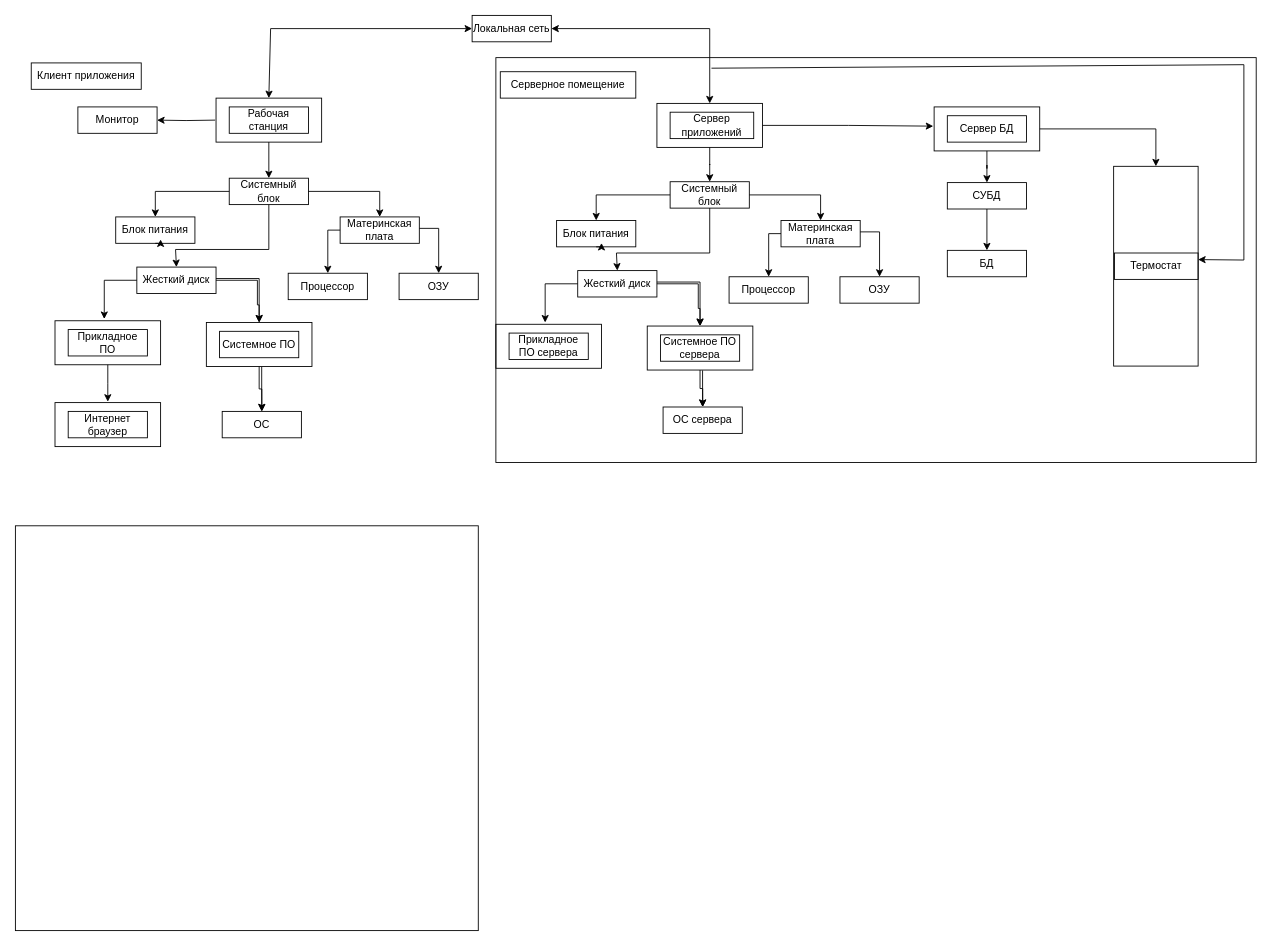
This is Проектная модель СЭ АИС.drawio from hiff0/db-city-council, a draw.io file, before an edit. Source tidied: cells renumbered, new cells numbered last; positions are measured from the earlier drawing's top-left corner, leaving out a move shared by most shapes. Both pictures are drawn from the tidied source at 88%, with x=0, y=0 at pixel (15, 15).
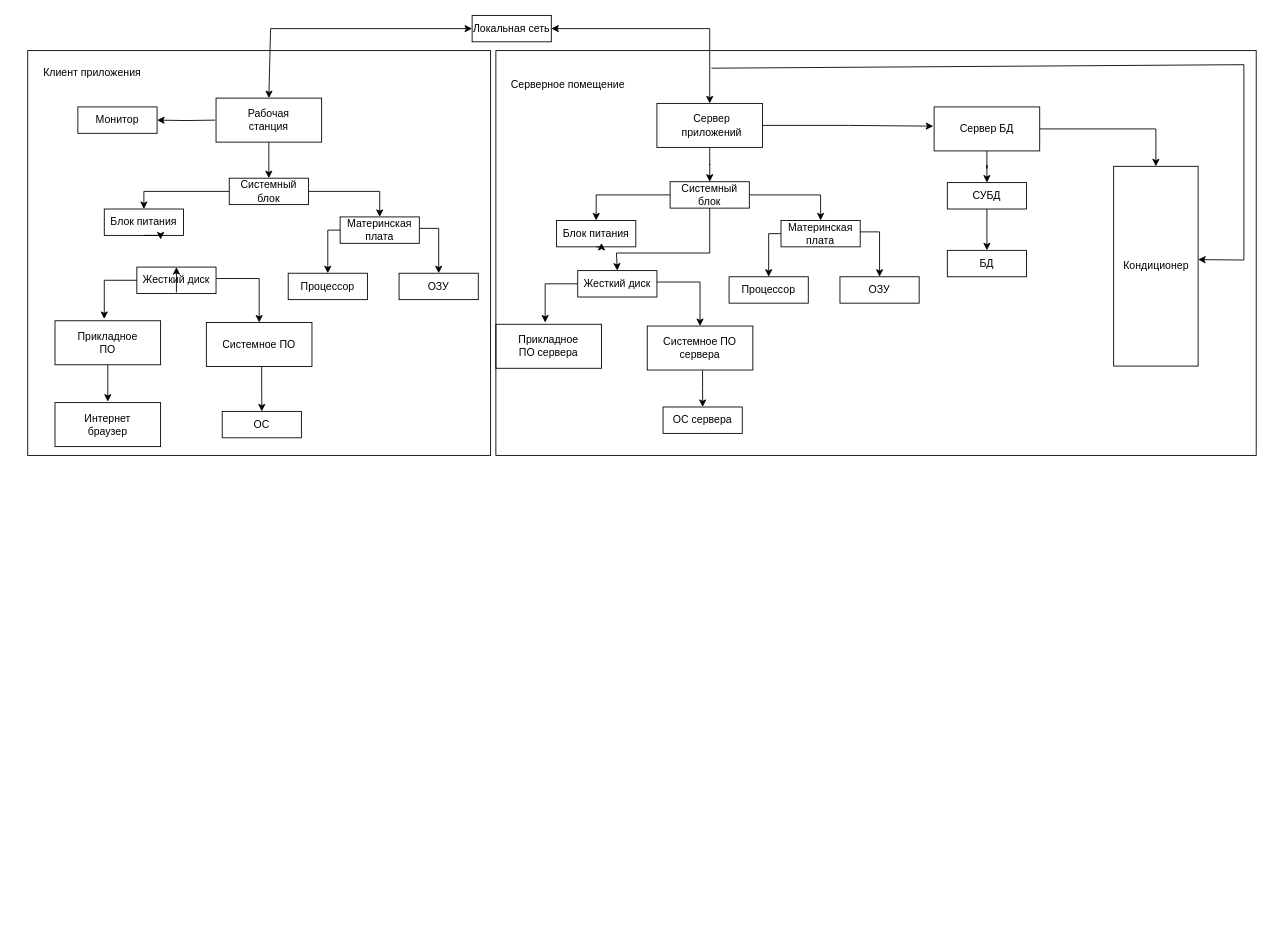
Above is the later version.

Unchanged cells that the change refers to:
```xml
<mxCell id="12" style="rounded=0;whiteSpace=wrap;html=1;strokeColor=#000000;fillColor=none;fontColor=#000000;" parent="1" vertex="1">
  <mxGeometry x="217" y="349" width="120" height="50" as="geometry" />
</mxCell>
<mxCell id="30" value="&lt;font&gt;Системный блок&lt;/font&gt;" style="text;html=1;align=center;verticalAlign=middle;whiteSpace=wrap;rounded=0;strokeColor=#000000;fontColor=#000000;" parent="1" vertex="1">
  <mxGeometry x="243" y="185" width="90" height="30" as="geometry" />
</mxCell>
<mxCell id="33" value="&lt;font&gt;ОС&lt;/font&gt;" style="text;html=1;align=center;verticalAlign=middle;whiteSpace=wrap;rounded=0;strokeColor=#000000;fontColor=#000000;" parent="1" vertex="1">
  <mxGeometry x="235" y="450" width="90" height="30" as="geometry" />
</mxCell>
<mxCell id="37" value="&lt;font&gt;Жесткий диск&lt;/font&gt;" style="text;html=1;align=center;verticalAlign=middle;whiteSpace=wrap;rounded=0;strokeColor=#000000;fontColor=#000000;" parent="1" vertex="1">
  <mxGeometry x="138" y="286" width="90" height="30" as="geometry" />
</mxCell>
<mxCell id="47" style="rounded=0;whiteSpace=wrap;html=1;strokeColor=#000000;fillColor=none;fontColor=#000000;" parent="1" vertex="1">
  <mxGeometry x="718" y="353" width="120" height="50" as="geometry" />
</mxCell>
<mxCell id="56" value="&lt;font&gt;ОС сервера&lt;/font&gt;" style="text;html=1;align=center;verticalAlign=middle;whiteSpace=wrap;rounded=0;strokeColor=#000000;fontColor=#000000;" parent="1" vertex="1">
  <mxGeometry x="736" y="445" width="90" height="30" as="geometry" />
</mxCell>
<mxCell id="60" value="&lt;font&gt;Жесткий диск&lt;/font&gt;" style="text;html=1;align=center;verticalAlign=middle;whiteSpace=wrap;rounded=0;strokeColor=#000000;fontColor=#000000;" parent="1" vertex="1">
  <mxGeometry x="639" y="290" width="90" height="30" as="geometry" />
</mxCell>
```

Diff of the diagram source:
```diff
@@
-    <mxCell id="3" value="&lt;font&gt;Интернет браузер&lt;/font&gt;" style="text;html=1;align=center;verticalAlign=middle;whiteSpace=wrap;rounded=0;strokeColor=#000000;fontColor=#000000;" parent="1" vertex="1">
+    <mxCell id="3" value="&lt;font&gt;Интернет браузер&lt;/font&gt;" style="text;html=1;align=center;verticalAlign=middle;whiteSpace=wrap;rounded=0;strokeColor=none;fontColor=#000000;" parent="1" vertex="1">
       <mxGeometry x="60" y="450" width="90" height="30" as="geometry" />
     </mxCell>
@@
-    <mxCell id="6" value="&lt;font&gt;Прикладное ПО&lt;/font&gt;" style="text;html=1;align=center;verticalAlign=middle;whiteSpace=wrap;rounded=0;strokeColor=#000000;fontColor=#000000;" parent="1" vertex="1">
+    <mxCell id="6" value="&lt;font&gt;Прикладное ПО&lt;/font&gt;" style="text;html=1;align=center;verticalAlign=middle;whiteSpace=wrap;rounded=0;strokeColor=none;fontColor=#000000;" parent="1" vertex="1">
       <mxGeometry x="60" y="357" width="90" height="30" as="geometry" />
     </mxCell>
@@
-    <mxCell id="10" value="&lt;font&gt;Рабочая станция&lt;/font&gt;" style="text;html=1;align=center;verticalAlign=middle;whiteSpace=wrap;rounded=0;strokeColor=#000000;fontColor=#000000;" parent="1" vertex="1">
+    <mxCell id="10" value="&lt;font&gt;Рабочая станция&lt;/font&gt;" style="text;html=1;align=center;verticalAlign=middle;whiteSpace=wrap;rounded=0;strokeColor=none;fontColor=#000000;" parent="1" vertex="1">
       <mxGeometry x="243" y="104" width="90" height="30" as="geometry" />
     </mxCell>
-    <mxCell id="11" style="edgeStyle=orthogonalEdgeStyle;rounded=0;jettySize=auto;html=1;strokeColor=#000000;fontColor=#000000;" parent="1" edge="1" source="12" target="33">
-      <mxGeometry relative="1" as="geometry" />
-    </mxCell>
@@
-    <mxCell id="14" value="&lt;font&gt;Системное ПО&lt;/font&gt;" style="text;html=1;align=center;verticalAlign=middle;whiteSpace=wrap;rounded=0;strokeColor=#000000;fontColor=#000000;" parent="1" vertex="1">
+    <mxCell id="14" value="&lt;font&gt;Системное ПО&lt;/font&gt;" style="text;html=1;align=center;verticalAlign=middle;whiteSpace=wrap;rounded=0;strokeColor=none;fontColor=#000000;" parent="1" vertex="1">
       <mxGeometry x="232" y="359" width="90" height="30" as="geometry" />
     </mxCell>
@@
-    <mxCell id="20" value="&lt;font&gt;Сервер приложений&lt;/font&gt;" style="text;html=1;align=center;verticalAlign=middle;whiteSpace=wrap;rounded=0;strokeColor=#000000;fontColor=#000000;" parent="1" vertex="1">
+    <mxCell id="20" value="&lt;font&gt;Сервер приложений&lt;/font&gt;" style="text;html=1;align=center;verticalAlign=middle;whiteSpace=wrap;rounded=0;strokeColor=none;fontColor=#000000;" parent="1" vertex="1">
       <mxGeometry x="744" y="110" width="95" height="30" as="geometry" />
     </mxCell>
@@
-    <mxCell id="23" value="&lt;font&gt;Сервер БД&lt;/font&gt;" style="text;html=1;align=center;verticalAlign=middle;whiteSpace=wrap;rounded=0;strokeColor=#000000;fontColor=#000000;" parent="1" vertex="1">
+    <mxCell id="23" value="&lt;font&gt;Сервер БД&lt;/font&gt;" style="text;html=1;align=center;verticalAlign=middle;whiteSpace=wrap;rounded=0;strokeColor=none;fontColor=#000000;" parent="1" vertex="1">
       <mxGeometry x="1059" y="114" width="90" height="30" as="geometry" />
     </mxCell>
@@
-    <mxCell id="29" style="edgeStyle=orthogonalEdgeStyle;rounded=0;jettySize=auto;html=1;entryX=0.5;entryY=0;entryDx=0;entryDy=0;strokeColor=#000000;fontColor=#000000;" parent="1" edge="1" source="30" target="37">
+    <mxCell id="29" style="edgeStyle=orthogonalEdgeStyle;rounded=0;jettySize=auto;html=1;entryX=0.5;entryY=0;entryDx=0;entryDy=0;strokeColor=#000000;fontColor=#000000;" parent="1" edge="1" source="66" target="37">
       <mxGeometry relative="1" as="geometry">
         <Array as="points">
-          <mxPoint x="288" y="266" />
           <mxPoint x="182" y="266" />
           <mxPoint x="182" y="286" />
         </Array>
       </mxGeometry>
     </mxCell>
@@
     <mxCell id="32" value="&lt;font&gt;Блок питания&lt;/font&gt;" style="text;html=1;align=center;verticalAlign=middle;whiteSpace=wrap;rounded=0;strokeColor=#000000;fontColor=#000000;" parent="1" vertex="1">
-      <mxGeometry x="114" y="229" width="90" height="30" as="geometry" />
+      <mxGeometry x="101" y="220" width="90" height="30" as="geometry" />
     </mxCell>
@@
-    <mxCell id="34" style="edgeStyle=orthogonalEdgeStyle;rounded=0;jettySize=auto;html=1;strokeColor=#000000;fontColor=#000000;" parent="1" edge="1" source="37" target="12">
-      <mxGeometry relative="1" as="geometry">
-        <Array as="points">
-          <mxPoint x="275" y="301" />
-          <mxPoint x="275" y="329" />
-          <mxPoint x="277" y="329" />
-        </Array>
-      </mxGeometry>
-    </mxCell>
@@
-    <mxCell id="45" value="&lt;font&gt;Прикладное ПО сервера&lt;/font&gt;" style="text;html=1;align=center;verticalAlign=middle;whiteSpace=wrap;rounded=0;strokeColor=#000000;fontColor=#000000;" parent="1" vertex="1">
+    <mxCell id="45" value="&lt;font&gt;Прикладное ПО сервера&lt;/font&gt;" style="text;html=1;align=center;verticalAlign=middle;whiteSpace=wrap;rounded=0;strokeColor=none;fontColor=#000000;" parent="1" vertex="1">
       <mxGeometry x="561" y="361" width="90" height="30" as="geometry" />
     </mxCell>
-    <mxCell id="46" style="edgeStyle=orthogonalEdgeStyle;rounded=0;jettySize=auto;html=1;strokeColor=#000000;fontColor=#000000;" parent="1" edge="1" source="47" target="56">
-      <mxGeometry relative="1" as="geometry" />
-    </mxCell>
@@
-    <mxCell id="49" value="&lt;font&gt;Системное ПО сервера&lt;/font&gt;" style="text;html=1;align=center;verticalAlign=middle;whiteSpace=wrap;rounded=0;strokeColor=#000000;fontColor=#000000;" parent="1" vertex="1">
+    <mxCell id="49" value="&lt;font&gt;Системное ПО сервера&lt;/font&gt;" style="text;html=1;align=center;verticalAlign=middle;whiteSpace=wrap;rounded=0;strokeColor=none;fontColor=#000000;" parent="1" vertex="1">
       <mxGeometry x="733" y="363" width="90" height="30" as="geometry" />
     </mxCell>
@@
-    <mxCell id="57" style="edgeStyle=orthogonalEdgeStyle;rounded=0;jettySize=auto;html=1;strokeColor=#000000;fontColor=#000000;" parent="1" edge="1" source="60" target="47">
-      <mxGeometry relative="1" as="geometry">
-        <Array as="points">
-          <mxPoint x="776" y="305" />
-          <mxPoint x="776" y="333" />
-          <mxPoint x="778" y="333" />
-        </Array>
-      </mxGeometry>
-    </mxCell>
@@
-    <mxCell id="66" style="rounded=0;whiteSpace=wrap;html=1;strokeColor=#000000;fillColor=none;" parent="1" vertex="1">
-      <mxGeometry y="580" width="526" height="460" as="geometry" />
-    </mxCell>
     <mxCell id="67" style="rounded=0;whiteSpace=wrap;html=1;strokeColor=#000000;fillColor=none;fontColor=#000000;" parent="1" vertex="1">
-      <mxGeometry x="546" y="48" width="864" height="460" as="geometry" />
+      <mxGeometry x="546" y="40" width="864" height="460" as="geometry" />
     </mxCell>
-    <mxCell id="68" value="&lt;font&gt;Клиент приложения&lt;/font&gt;" style="text;html=1;align=center;verticalAlign=middle;whiteSpace=wrap;rounded=0;strokeColor=#000000;fontColor=#000000;" parent="1" vertex="1">
-      <mxGeometry x="18" y="54" width="125" height="30" as="geometry" />
+    <mxCell id="68" value="&lt;font&gt;Клиент приложения&lt;/font&gt;" style="text;html=1;align=center;verticalAlign=middle;whiteSpace=wrap;rounded=0;strokeColor=none;fontColor=#000000;" parent="1" vertex="1">
+      <mxGeometry x="25" y="50" width="125" height="30" as="geometry" />
     </mxCell>
-    <mxCell id="69" value="&lt;font&gt;Серверное помещение&lt;/font&gt;" style="text;html=1;align=center;verticalAlign=middle;whiteSpace=wrap;rounded=0;strokeColor=#000000;fontColor=#000000;" parent="1" vertex="1">
+    <mxCell id="69" value="&lt;font&gt;Серверное помещение&lt;/font&gt;" style="text;html=1;align=center;verticalAlign=middle;whiteSpace=wrap;rounded=0;strokeColor=none;fontColor=#000000;" parent="1" vertex="1">
       <mxGeometry x="551" y="64" width="154" height="30" as="geometry" />
     </mxCell>
@@
-    <mxCell id="71" value="&lt;font&gt;Термостат&lt;/font&gt;" style="text;html=1;align=center;verticalAlign=middle;whiteSpace=wrap;rounded=0;strokeColor=#000000;fontColor=#000000;" parent="1" vertex="1">
+    <mxCell id="71" value="&lt;font&gt;Кондиционер&lt;/font&gt;" style="text;html=1;align=center;verticalAlign=middle;whiteSpace=wrap;rounded=0;strokeColor=none;fontColor=#000000;" parent="1" vertex="1">
       <mxGeometry x="1249" y="270" width="95" height="30" as="geometry" />
     </mxCell>
@@
+    <mxCell id="66" style="rounded=0;whiteSpace=wrap;html=1;strokeColor=#000000;fillColor=none;" parent="1" vertex="1">
+      <mxGeometry x="14" y="40" width="526" height="460" as="geometry" />
+    </mxCell>
```
